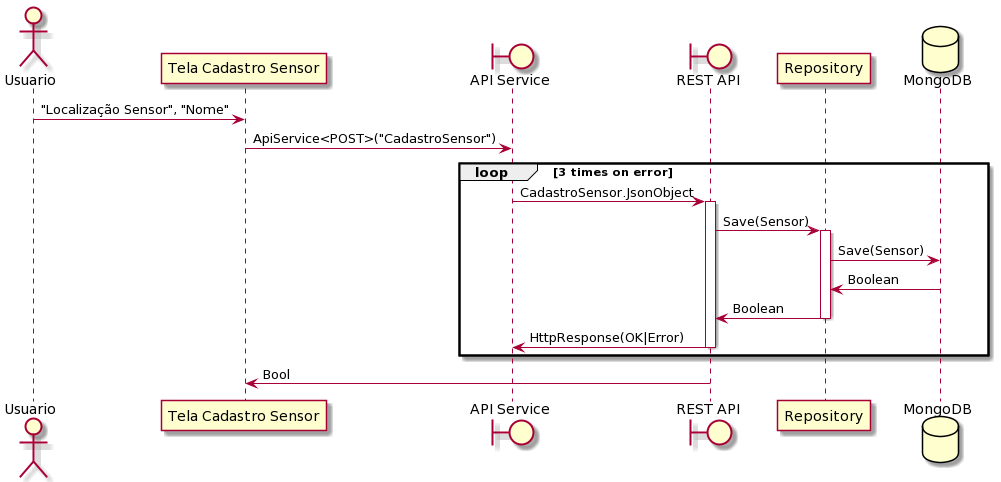
Before: public_html/grupo-06/diagrama-de-sequencia/cadastrarNovoSensorSequencia.png, a diagram exported from PlantUML (JuliaOP/SOO_Template_Grupo06).
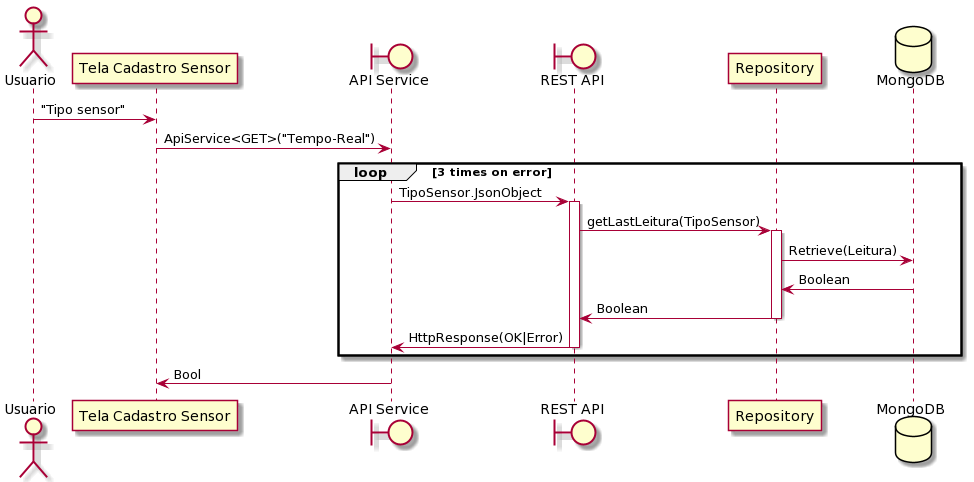
The same diagram one commit later.

Change to the diagram source:
```diff
@@ -1,21 +1,21 @@
 @startuml
 actor Usuario
-Usuario -> "Tela Cadastro Sensor": "Localização Sensor", "Nome"
+Usuario -> "Tela Cadastro Sensor": "Tipo sensor"
 boundary "API Service"
-"Tela Cadastro Sensor" -> "API Service": ApiService<POST>("CadastroSensor")
+"Tela Cadastro Sensor" -> "API Service": ApiService<GET>("Tempo-Real")
 boundary "REST API"
 loop 3 times on error
-"API Service" -> "REST API": CadastroSensor.JsonObject
+"API Service" -> "REST API": TipoSensor.JsonObject
 activate "REST API"
-"REST API" -> Repository: Save(Sensor)
+"REST API" -> Repository: getLastLeitura(TipoSensor)
 database MongoDB
 activate Repository
-Repository -> MongoDB: Save(Sensor)
+Repository -> MongoDB: Retrieve(Leitura)
 MongoDB -> Repository: Boolean
 Repository -> "REST API": Boolean
 deactivate Repository
 "REST API" -> "API Service": HttpResponse(OK|Error)
 deactivate "REST API"
 end
-"REST API" -> "Tela Cadastro Sensor": Bool
+"API Service" -> "Tela Cadastro Sensor": Bool
 @enduml
```
